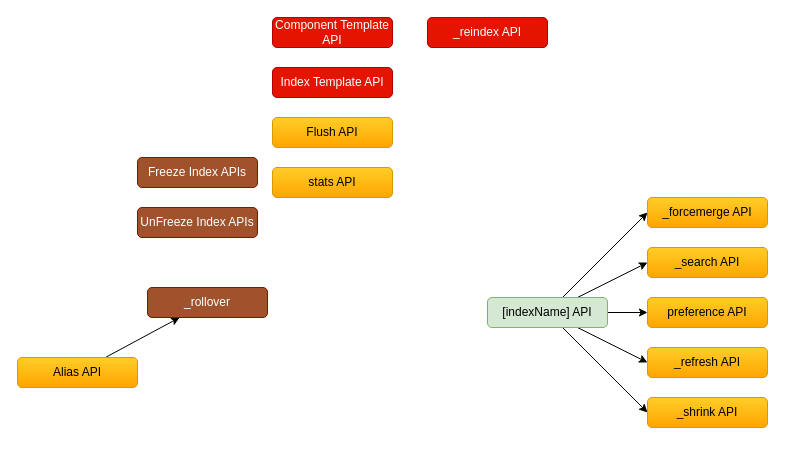
Earlier version of the draw.io diagram page "Index APIs" (1 of 4) of My Articles/elastic stack/ES REST APIs.drawio (paramothers/books). Source tidied: cells renumbered, new cells numbered last; positions are measured from the earlier drawing's top-left corner, leaving out a move shared by most shapes. Both pictures are drawn from the tidied source at 100%, with x=0, y=0 at pixel (17, 17).
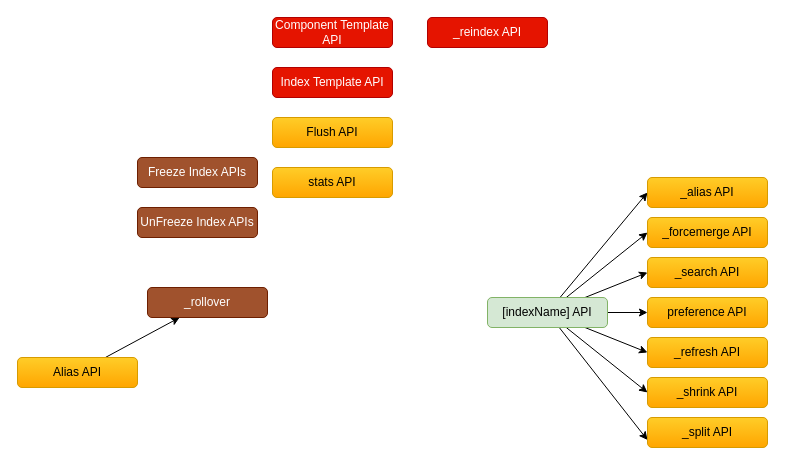
After the change.

Unchanged cells that the change refers to:
```xml
<mxCell id="11" value="[indexName] API" style="rounded=1;whiteSpace=wrap;html=1;fillColor=#d5e8d4;strokeColor=#82b366;" parent="1" vertex="1">
  <mxGeometry x="470" y="280" width="120" height="30" as="geometry" />
</mxCell>
```

Diff of the diagram source:
```diff
@@
+    <mxCell id="23" style="edgeStyle=none;rounded=0;jettySize=auto;html=1;entryX=0;entryY=0.5;entryDx=0;entryDy=0;" parent="1" edge="1" source="11" target="25">
+      <mxGeometry relative="1" as="geometry" />
+    </mxCell>
+    <mxCell id="24" style="edgeStyle=none;rounded=0;jettySize=auto;html=1;entryX=0;entryY=0.75;entryDx=0;entryDy=0;" parent="1" edge="1" source="11" target="26">
+      <mxGeometry relative="1" as="geometry" />
+    </mxCell>
@@
     <mxCell id="14" value="_search API" style="rounded=1;whiteSpace=wrap;html=1;gradientColor=#ffa500;fillColor=#ffcd28;strokeColor=#d79b00;" parent="1" vertex="1">
-      <mxGeometry x="630" y="230" width="120" height="30" as="geometry" />
+      <mxGeometry x="630" y="240" width="120" height="30" as="geometry" />
     </mxCell>
@@
     <mxCell id="16" value="_refresh API" style="rounded=1;whiteSpace=wrap;html=1;gradientColor=#ffa500;fillColor=#ffcd28;strokeColor=#d79b00;" parent="1" vertex="1">
-      <mxGeometry x="630" y="330" width="120" height="30" as="geometry" />
+      <mxGeometry x="630" y="320" width="120" height="30" as="geometry" />
     </mxCell>
     <mxCell id="17" value="_shrink API" style="rounded=1;whiteSpace=wrap;html=1;gradientColor=#ffa500;fillColor=#ffcd28;strokeColor=#d79b00;" parent="1" vertex="1">
-      <mxGeometry x="630" y="380" width="120" height="30" as="geometry" />
+      <mxGeometry x="630" y="360" width="120" height="30" as="geometry" />
     </mxCell>
@@
     <mxCell id="21" value="_forcemerge API" style="rounded=1;whiteSpace=wrap;html=1;gradientColor=#ffa500;fillColor=#ffcd28;strokeColor=#d79b00;" parent="1" vertex="1">
-      <mxGeometry x="630" y="180" width="120" height="30" as="geometry" />
+      <mxGeometry x="630" y="200" width="120" height="30" as="geometry" />
     </mxCell>
@@
+    <mxCell id="25" value="_alias API" style="rounded=1;whiteSpace=wrap;html=1;gradientColor=#ffa500;fillColor=#ffcd28;strokeColor=#d79b00;" parent="1" vertex="1">
+      <mxGeometry x="630" y="160" width="120" height="30" as="geometry" />
+    </mxCell>
+    <mxCell id="26" value="_split API" style="rounded=1;whiteSpace=wrap;html=1;gradientColor=#ffa500;fillColor=#ffcd28;strokeColor=#d79b00;" parent="1" vertex="1">
+      <mxGeometry x="630" y="400" width="120" height="30" as="geometry" />
+    </mxCell>
```
